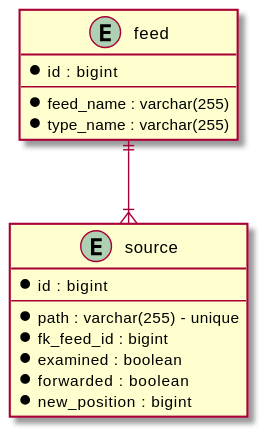
Before: stroom-proxy/stroom-proxy-app/doc/source-entity.svg, a diagram exported from PlantUML (gchq/stroom).
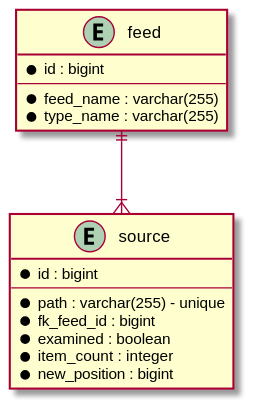
Above is the later version.

What changed in the source:
```diff
@@ -15,7 +15,7 @@
   *path : varchar(255) - unique
   *fk_feed_id : bigint
   *examined : boolean
-  *forwarded : boolean
+  *item_count : integer
   *new_position : bigint
 }
 
```
